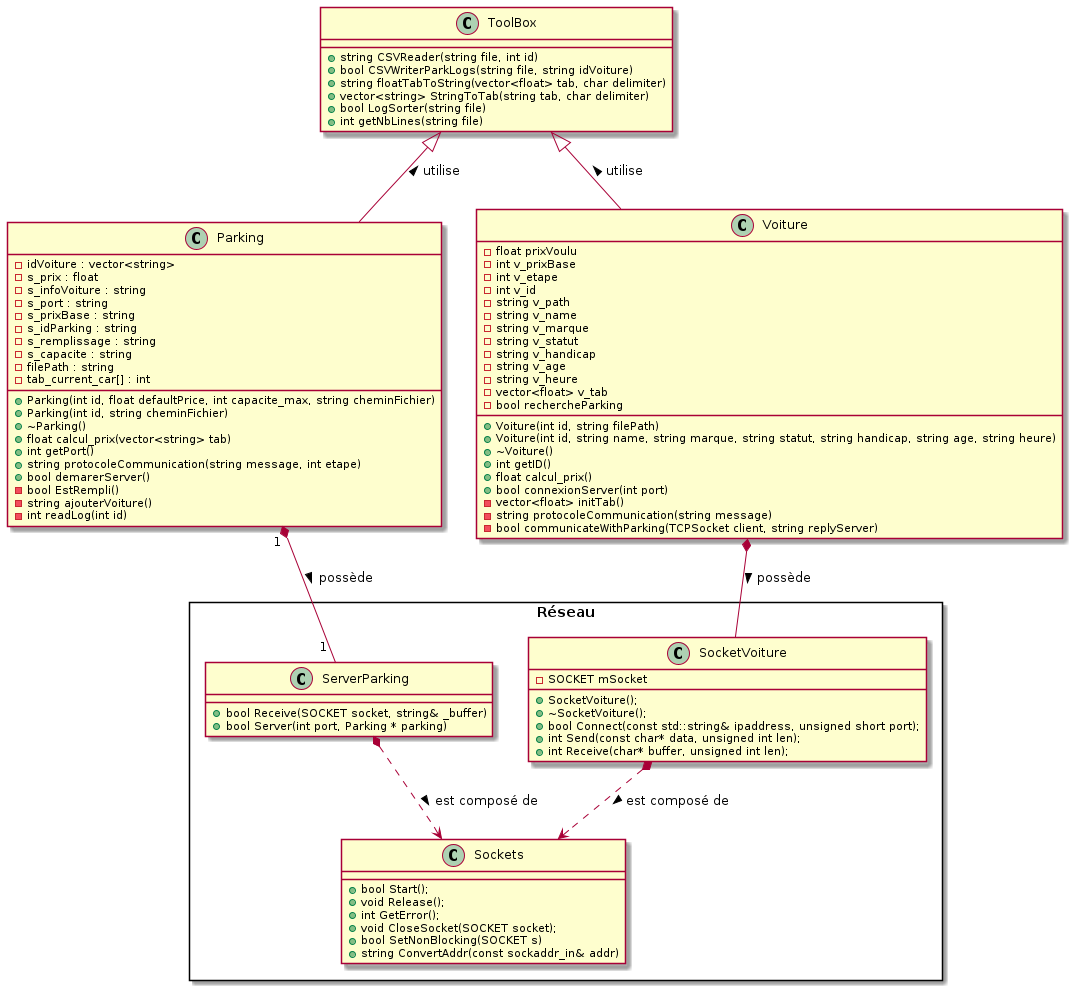
Earlier version of the PlantUML export SA6/doc/uml.png (KevinFroissart/SA6_CarPark_AI).
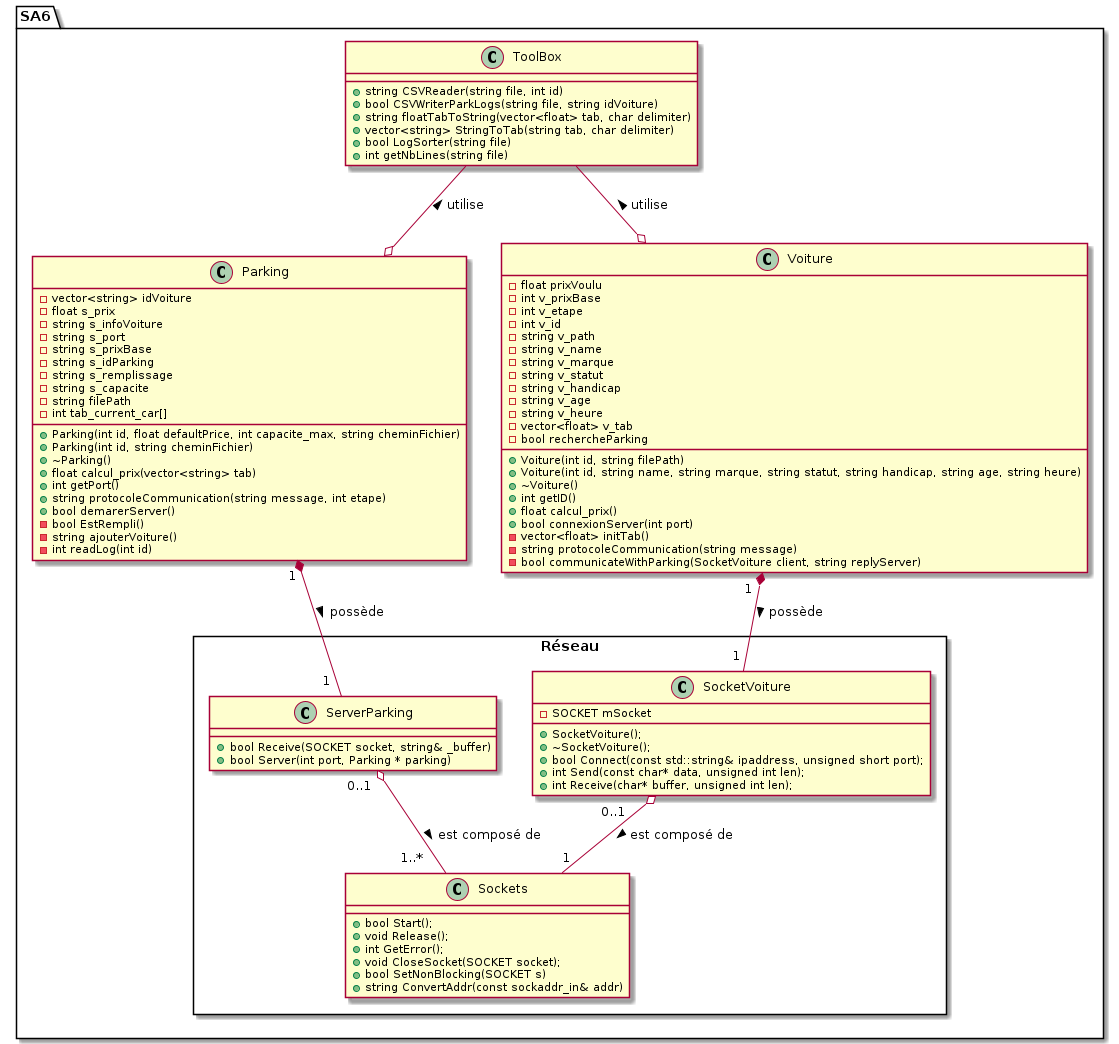
Later version of the same file.

Change to the diagram source:
```diff
@@ -1,97 +1,101 @@
 @startuml
-class ToolBox {
-    + string CSVReader(string file, int id)
-    + bool CSVWriterParkLogs(string file, string idVoiture)
-    + string floatTabToString(vector<float> tab, char delimiter)
-    + vector<string> StringToTab(string tab, char delimiter)
-    + bool LogSorter(string file)
-    + int getNbLines(string file)
+
+package SA6 {
+
+    class ToolBox {
+        + string CSVReader(string file, int id)
+        + bool CSVWriterParkLogs(string file, string idVoiture)
+        + string floatTabToString(vector<float> tab, char delimiter)
+        + vector<string> StringToTab(string tab, char delimiter)
+        + bool LogSorter(string file)
+        + int getNbLines(string file)
+    }
+
+    class Parking {
+        - vector<string> idVoiture
+        - float s_prix
+        - string s_infoVoiture
+        - string s_port
+        - string s_prixBase
+        - string s_idParking
+        - string s_remplissage
+        - string s_capacite
+        - string filePath
+        - int tab_current_car[]
+        + Parking(int id, float defaultPrice, int capacite_max, string cheminFichier)
+        + Parking(int id, string cheminFichier)
+        + ~Parking()
+        + float calcul_prix(vector<string> tab)
+        + int getPort()
+        + string protocoleCommunication(string message, int etape)
+        + bool demarerServer()
+        - bool EstRempli()
+        - string ajouterVoiture()
+        - int readLog(int id)
+    }
+
+    Class Voiture {
+        - float prixVoulu
+        - int v_prixBase
+        - int v_etape
+        - int v_id
+        - string v_path
+        - string v_name
+        - string v_marque
+        - string v_statut
+        - string v_handicap
+        - string v_age
+        - string v_heure
+        - vector<float> v_tab
+        - bool rechercheParking
+
+        + Voiture(int id, string filePath)
+        + Voiture(int id, string name, string marque, string statut, string handicap, string age, string heure)
+        + ~Voiture()
+        + int getID()
+        + float calcul_prix()
+        + bool connexionServer(int port)
+        - vector<float> initTab()
+        - string protocoleCommunication(string message)
+        - bool communicateWithParking(SocketVoiture client, string replyServer)
+    }
+
+    package Réseau <<Rectangle>> {
+
+        Class ServerParking {
+            + bool Receive(SOCKET socket, string& _buffer)
+            + bool Server(int port, Parking * parking)
+        }
+
+        Class SocketVoiture {
+            - SOCKET mSocket
+
+            + SocketVoiture();
+            + ~SocketVoiture();
+            + bool Connect(const std::string& ipaddress, unsigned short port);
+            + int Send(const char* data, unsigned int len);
+            + int Receive(char* buffer, unsigned int len);
+        }
+
+        Class Sockets {
+            + bool Start();
+            + void Release();
+            + int GetError();
+            + void CloseSocket(SOCKET socket);
+            + bool SetNonBlocking(SOCKET s)
+            + string ConvertAddr(const sockaddr_in& addr)
+        }
+    }
 }
 
-class Parking {
-    - idVoiture : vector<string>
-    - s_prix : float
-    - s_infoVoiture : string
-    - s_port : string
-    - s_prixBase : string
-    - s_idParking : string
-    - s_remplissage : string
-    - s_capacite : string
-    - filePath : string
-    - tab_current_car[] : int
-    + Parking(int id, float defaultPrice, int capacite_max, string cheminFichier)
-    + Parking(int id, string cheminFichier)
-    + ~Parking()
-    + float calcul_prix(vector<string> tab)
-    + int getPort()
-    + string protocoleCommunication(string message, int etape)
-    + bool demarerServer()
-    - bool EstRempli()
-    - string ajouterVoiture()
-    - int readLog(int id)
-}
+ToolBox --o Voiture : utilise <
+ToolBox --o Parking : utilise <
 
-Class Voiture {
-    - float prixVoulu
-    - int v_prixBase
-    - int v_etape
-    - int v_id
-    - string v_path
-    - string v_name
-    - string v_marque
-    - string v_statut
-    - string v_handicap
-    - string v_age
-    - string v_heure
-    - vector<float> v_tab
-    - bool rechercheParking
+Parking "1 " *-- "1  " ServerParking : > possède
+Voiture "1  " *-- "1 " SocketVoiture : possède >
 
-    + Voiture(int id, string filePath)
-    + Voiture(int id, string name, string marque, string statut, string handicap, string age, string heure)
-    + ~Voiture()
-    + int getID()
-    + float calcul_prix()
-    + bool connexionServer(int port)
-    - vector<float> initTab()
-    - string protocoleCommunication(string message)
-    - bool communicateWithParking(TCPSocket client, string replyServer)
-}
-
-package Réseau <<Rectangle>> {
-
-Class ServerParking {
-    + bool Receive(SOCKET socket, string& _buffer)
-    + bool Server(int port, Parking * parking)
-}
-
-Class SocketVoiture {
-    - SOCKET mSocket
-
-    + SocketVoiture();
-	+ ~SocketVoiture();
-	+ bool Connect(const std::string& ipaddress, unsigned short port);
-	+ int Send(const char* data, unsigned int len);
-	+ int Receive(char* buffer, unsigned int len);
-}
-
-Class Sockets {
-    + bool Start();
-	+ void Release();
-	+ int GetError();
-	+ void CloseSocket(SOCKET socket);
-    + bool SetNonBlocking(SOCKET s)
-    + string ConvertAddr(const sockaddr_in& addr)
-}
-}
-
-ToolBox <|-- Voiture : utilise <
-ToolBox <|-- Parking : utilise <
-
-Parking "1 " *-- "1 " ServerParking : > possède
-Voiture *-- SocketVoiture : possède >
-
-SocketVoiture *..> Sockets : est composé de >
-ServerParking *..> Sockets : est composé de >
+SocketVoiture "0..1     " o-- "1" Sockets : est composé de >
+ServerParking "0..1  " o-- "1..*    " Sockets : est composé de >
 
 
 @enduml
```
